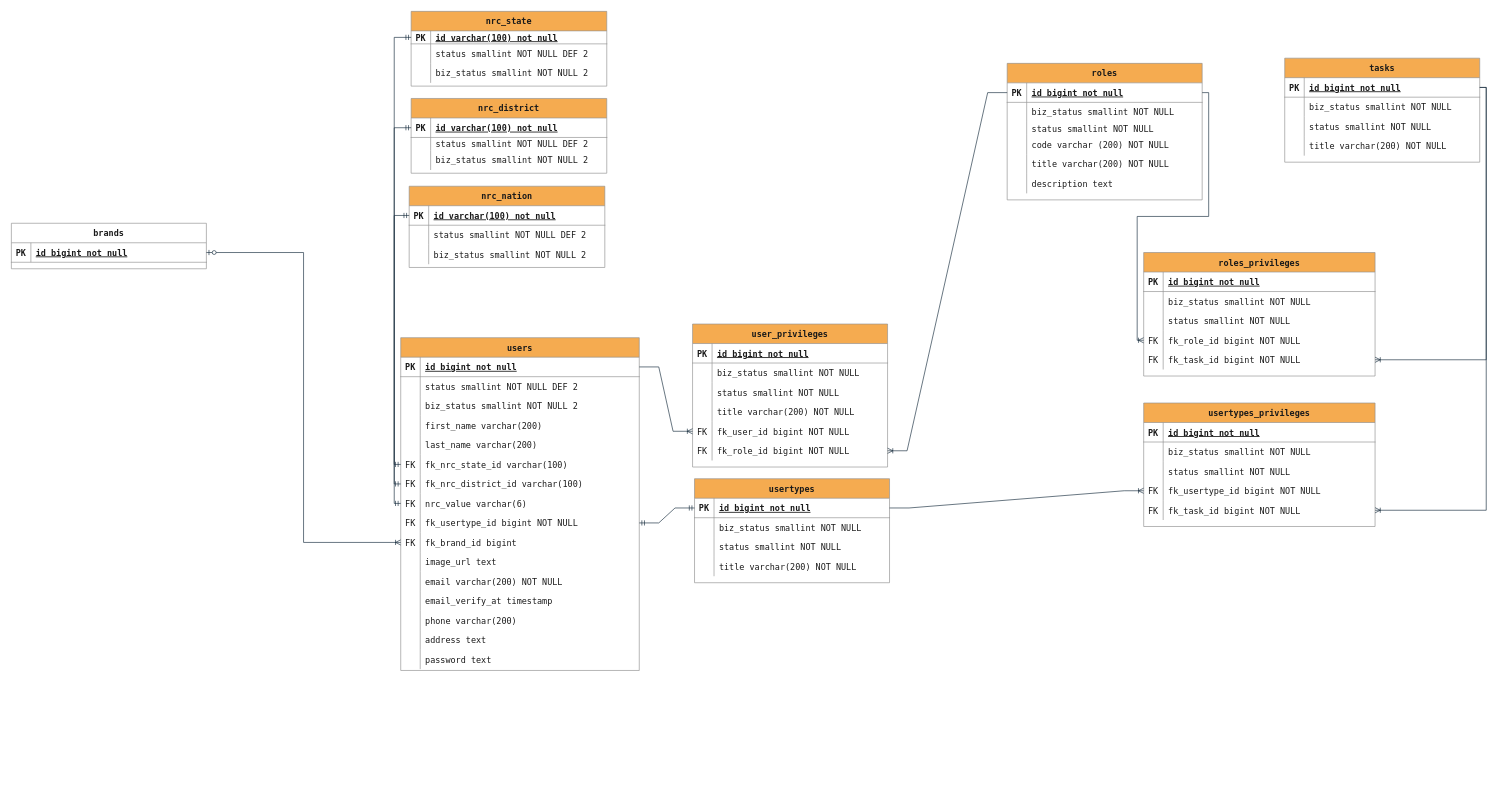
khinemyaezin/coolstuff-ecommerce-v3.0-repository keeps this draw.io diagram as page "User" (3 of 6) of documentation/ERD.drawio. Above is the earlier version. Source tidied: cells renumbered, new cells numbered last; positions are measured from the earlier drawing's top-left corner, leaving out a move shared by most shapes. Both pictures are drawn from the tidied source at 65%, with x=0, y=0 at pixel (11, 11).
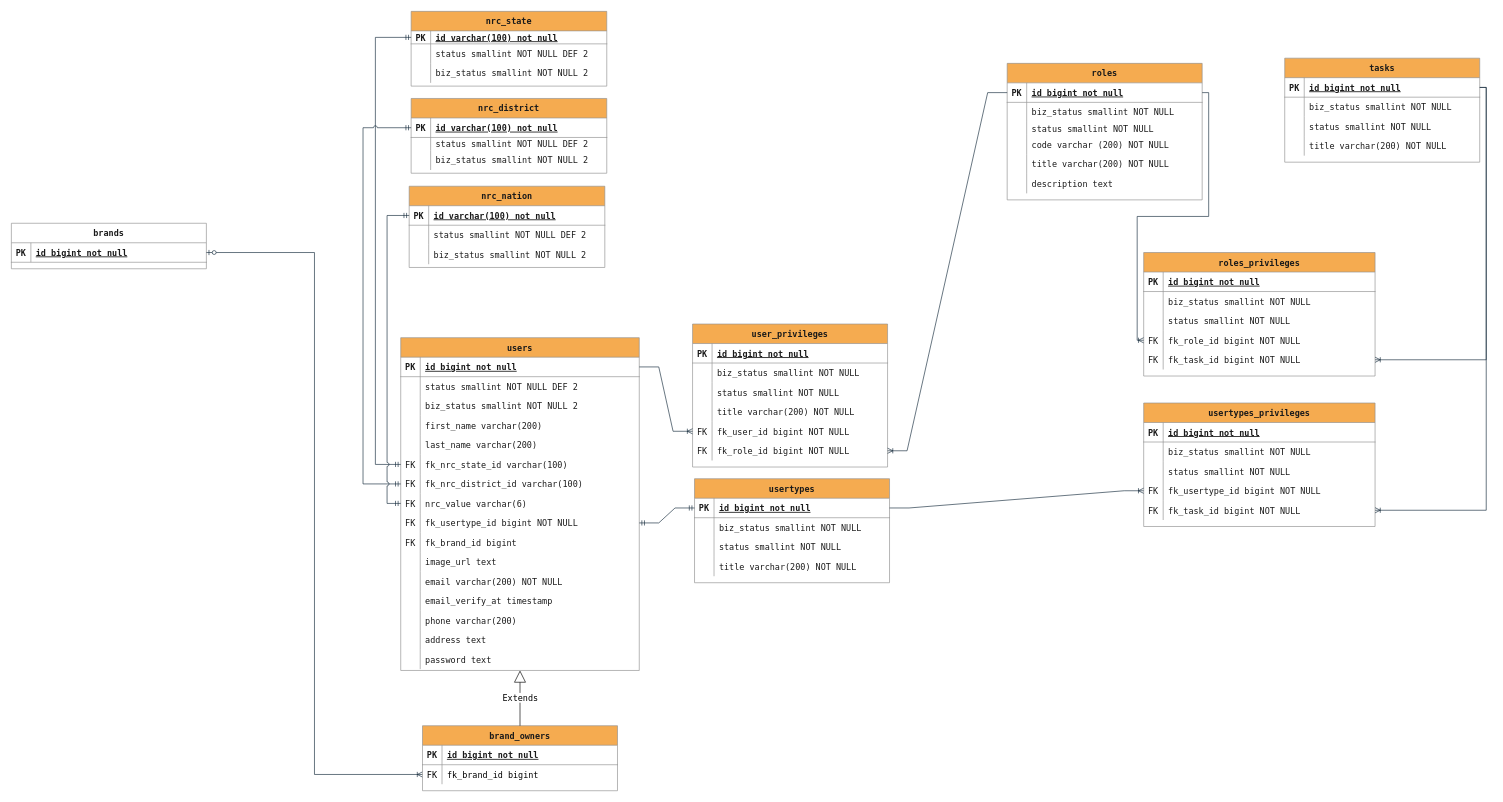
Above is the later version.

The change refers to these unchanged cells:
```xml
<mxCell id="2" value="users" style="shape=table;startSize=30;childLayout=tableLayout;rowLines=0;fontStyle=1;align=center;fontFamily=Lucida Console;fontSize=13;swimlaneLine=1;fillColor=#F5AB50;labelBackgroundColor=none;labelBorderColor=none;rounded=0;strokeColor=#909090;fontColor=#1A1A1A;" parent="1" vertex="1">
  <mxGeometry x="599" y="502" width="367" height="512" as="geometry" />
</mxCell>
<mxCell id="18" style="shape=tableRow;horizontal=0;startSize=0;swimlaneHead=0;swimlaneBody=0;points=[[0,0.5],[1,0.5]];portConstraint=eastwest;top=0;left=0;right=0;bottom=0;fontFamily=Lucida Console;fontSize=13;swimlaneLine=1;fillColor=none;labelBackgroundColor=none;labelBorderColor=none;rounded=0;strokeColor=#909090;fontColor=#1A1A1A;" parent="2" vertex="1">
  <mxGeometry y="180" width="367" height="30" as="geometry" />
</mxCell>
<mxCell id="21" style="shape=tableRow;horizontal=0;startSize=0;swimlaneHead=0;swimlaneBody=0;points=[[0,0.5],[1,0.5]];portConstraint=eastwest;top=0;left=0;right=0;bottom=0;fontFamily=Lucida Console;fontSize=13;swimlaneLine=1;fillColor=none;labelBackgroundColor=none;labelBorderColor=none;rounded=0;strokeColor=#909090;fontColor=#1A1A1A;" parent="2" vertex="1">
  <mxGeometry y="210" width="367" height="30" as="geometry" />
</mxCell>
<mxCell id="24" style="shape=tableRow;horizontal=0;startSize=0;swimlaneHead=0;swimlaneBody=0;points=[[0,0.5],[1,0.5]];portConstraint=eastwest;top=0;left=0;right=0;bottom=0;fontFamily=Lucida Console;fontSize=13;swimlaneLine=1;fillColor=none;labelBackgroundColor=none;labelBorderColor=none;rounded=0;strokeColor=#909090;fontColor=#1A1A1A;" parent="2" vertex="1">
  <mxGeometry y="240" width="367" height="30" as="geometry" />
</mxCell>
<mxCell id="30" style="shape=tableRow;horizontal=0;startSize=0;swimlaneHead=0;swimlaneBody=0;points=[[0,0.5],[1,0.5]];portConstraint=eastwest;top=0;left=0;right=0;bottom=0;fontFamily=Lucida Console;fontSize=13;swimlaneLine=1;fillColor=none;labelBackgroundColor=none;labelBorderColor=none;rounded=0;strokeColor=#909090;fontColor=#1A1A1A;" parent="2" vertex="1">
  <mxGeometry y="300" width="367" height="30" as="geometry" />
</mxCell>
<mxCell id="52" style="shape=partialRectangle;points=[[0,0.5],[1,0.5]];portConstraint=eastwest;top=0;left=0;right=0;bottom=1;fontFamily=Lucida Console;fontSize=13;swimlaneLine=1;fillColor=none;labelBackgroundColor=none;labelBorderColor=none;rounded=0;strokeColor=#909090;fontColor=#1A1A1A;" parent="51" vertex="1">
  <mxGeometry y="30" width="301" height="20" as="geometry" />
</mxCell>
<mxCell id="62" style="shape=partialRectangle;points=[[0,0.5],[1,0.5]];portConstraint=eastwest;top=0;left=0;right=0;bottom=1;fontFamily=Lucida Console;fontSize=13;swimlaneLine=1;fillColor=none;labelBackgroundColor=none;labelBorderColor=none;rounded=0;strokeColor=#909090;fontColor=#1A1A1A;" parent="61" vertex="1">
  <mxGeometry y="30" width="301" height="30" as="geometry" />
</mxCell>
<mxCell id="72" style="shape=partialRectangle;points=[[0,0.5],[1,0.5]];portConstraint=eastwest;top=0;left=0;right=0;bottom=1;fontFamily=Lucida Console;fontSize=13;swimlaneLine=1;fillColor=none;labelBackgroundColor=none;labelBorderColor=none;rounded=0;strokeColor=#909090;fontColor=#1A1A1A;" parent="71" vertex="1">
  <mxGeometry y="30" width="301" height="30" as="geometry" />
</mxCell>
<mxCell id="188" style="shape=partialRectangle;points=[[0,0.5],[1,0.5]];portConstraint=eastwest;top=0;left=0;right=0;bottom=1;fontFamily=Lucida Console;fontSize=13;swimlaneLine=1;fillColor=none;labelBackgroundColor=none;labelBorderColor=none;rounded=0;strokeColor=#909090;fontColor=#1A1A1A;" parent="187" vertex="1">
  <mxGeometry y="30" width="300" height="30" as="geometry" />
</mxCell>
```

Change to the diagram source:
```diff
@@
     <mxCell id="81" style="edgeStyle=orthogonalEdgeStyle;fontSize=13;html=1;endArrow=ERmandOne;startArrow=ERmandOne;fontFamily=Courier New;fontColor=#1A1A1A;jumpStyle=arc;exitX=0;exitY=0.5;exitDx=0;exitDy=0;entryX=0;entryY=0.5;entryDx=0;entryDy=0;labelBackgroundColor=none;swimlaneLine=1;fillColor=none;labelBorderColor=none;rounded=0;strokeColor=#182E3E;" parent="1" edge="1" source="18" target="52">
-      <mxGeometry relative="1" as="geometry" />
+      <mxGeometry relative="1" as="geometry">
+        <Array as="points">
+          <mxPoint x="560" y="697" />
+          <mxPoint x="560" y="40" />
+        </Array>
+      </mxGeometry>
     </mxCell>
     <mxCell id="82" style="edgeStyle=orthogonalEdgeStyle;fontSize=13;html=1;endArrow=ERmandOne;startArrow=ERmandOne;fontFamily=Courier New;fontColor=#1A1A1A;jumpStyle=arc;exitX=0;exitY=0.5;exitDx=0;exitDy=0;entryX=0;entryY=0.5;entryDx=0;entryDy=0;labelBackgroundColor=none;swimlaneLine=1;fillColor=none;labelBorderColor=none;rounded=0;strokeColor=#182E3E;" parent="1" edge="1" source="21" target="62">
-      <mxGeometry relative="1" as="geometry" />
+      <mxGeometry relative="1" as="geometry">
+        <Array as="points">
+          <mxPoint x="541" y="727" />
+          <mxPoint x="541" y="179" />
+        </Array>
+      </mxGeometry>
     </mxCell>
     <mxCell id="83" style="edgeStyle=orthogonalEdgeStyle;fontSize=13;html=1;endArrow=ERmandOne;startArrow=ERmandOne;fontFamily=Courier New;fontColor=#1A1A1A;jumpStyle=arc;entryX=0;entryY=0.5;entryDx=0;entryDy=0;exitX=0;exitY=0.5;exitDx=0;exitDy=0;labelBackgroundColor=none;swimlaneLine=1;fillColor=none;labelBorderColor=none;rounded=0;strokeColor=#182E3E;" parent="1" edge="1" source="24" target="72">
-      <mxGeometry relative="1" as="geometry" />
+      <mxGeometry relative="1" as="geometry">
+        <Array as="points">
+          <mxPoint x="578" y="757" />
+          <mxPoint x="578" y="314" />
+        </Array>
+      </mxGeometry>
     </mxCell>
@@
-    <mxCell id="191" style="edgeStyle=orthogonalEdgeStyle;fontSize=13;html=1;endArrow=ERoneToMany;startArrow=ERzeroToOne;fontFamily=Courier New;fontColor=#1A1A1A;jumpStyle=arc;labelBackgroundColor=none;swimlaneLine=1;fillColor=none;labelBorderColor=none;rounded=0;strokeColor=#182E3E;" parent="1" edge="1" source="188" target="30">
+    <mxCell id="191" style="edgeStyle=orthogonalEdgeStyle;fontSize=13;html=1;endArrow=ERoneToMany;startArrow=ERzeroToOne;fontFamily=Courier New;fontColor=#1A1A1A;jumpStyle=arc;labelBackgroundColor=none;swimlaneLine=1;fillColor=none;labelBorderColor=none;rounded=0;strokeColor=#182E3E;entryX=0;entryY=0.5;entryDx=0;entryDy=0;" parent="1" edge="1" source="188" target="196">
       <mxGeometry relative="1" as="geometry" />
     </mxCell>
+    <mxCell id="192" value="brand_owners" style="shape=table;startSize=30;childLayout=tableLayout;rowLines=0;fontStyle=1;align=center;fontFamily=Lucida Console;fontSize=13;swimlaneLine=1;fillColor=#F5AB50;labelBackgroundColor=none;labelBorderColor=none;rounded=0;strokeColor=#909090;fontColor=#1A1A1A;" parent="1" vertex="1">
+      <mxGeometry x="632.5" y="1099" width="300" height="100" as="geometry" />
+    </mxCell>
+    <mxCell id="193" style="shape=partialRectangle;top=0;left=0;right=0;bottom=1;fontFamily=Lucida Console;fontSize=13;swimlaneLine=1;fillColor=none;labelBackgroundColor=none;labelBorderColor=none;rounded=0;strokeColor=#909090;fontColor=#1A1A1A;" parent="192" vertex="1">
+      <mxGeometry y="30" width="300" height="30" as="geometry" />
+    </mxCell>
+    <mxCell id="194" value="PK" style="shape=partialRectangle;overflow=hidden;top=0;left=0;bottom=0;right=0;fontStyle=1;fontFamily=Lucida Console;fontSize=13;swimlaneLine=1;fillColor=none;labelBackgroundColor=none;labelBorderColor=none;rounded=0;strokeColor=#909090;fontColor=#1A1A1A;" parent="193" vertex="1">
+      <mxGeometry width="30" height="30" as="geometry" />
+    </mxCell>
+    <mxCell id="195" value="id bigint not null" style="shape=partialRectangle;overflow=hidden;top=0;left=0;bottom=0;right=0;align=left;spacingLeft=6;fontStyle=5;fontFamily=Lucida Console;fontSize=13;swimlaneLine=1;fillColor=none;labelBackgroundColor=none;labelBorderColor=none;rounded=0;strokeColor=#909090;fontColor=#1A1A1A;" parent="193" vertex="1">
+      <mxGeometry x="30" width="270" height="30" as="geometry" />
+    </mxCell>
+    <mxCell id="196" style="shape=tableRow;horizontal=0;startSize=0;swimlaneHead=0;swimlaneBody=0;fillColor=none;points=[[0,0.5],[1,0.5]];portConstraint=eastwest;top=0;left=0;right=0;bottom=0;fontFamily=Lucida Console;fontSize=13;" parent="192" vertex="1">
+      <mxGeometry y="60" width="300" height="30" as="geometry" />
+    </mxCell>
+    <mxCell id="197" value="FK" style="shape=partialRectangle;fillColor=none;top=0;left=0;bottom=0;right=0;overflow=hidden;fontFamily=Lucida Console;fontSize=13;" parent="196" vertex="1">
+      <mxGeometry width="30" height="30" as="geometry" />
+    </mxCell>
+    <mxCell id="198" value="fk_brand_id bigint" style="shape=partialRectangle;fillColor=none;top=0;left=0;bottom=0;right=0;align=left;spacingLeft=6;overflow=hidden;fontFamily=Lucida Console;fontSize=13;" parent="196" vertex="1">
+      <mxGeometry x="30" width="270" height="30" as="geometry" />
+    </mxCell>
+    <mxCell id="199" value="Extends" style="endArrow=block;endSize=16;endFill=0;html=1;rounded=0;fontFamily=Lucida Console;fontSize=13;entryX=0.5;entryY=1;entryDx=0;entryDy=0;exitX=0.5;exitY=0;exitDx=0;exitDy=0;" parent="1" edge="1" source="192" target="2">
+      <mxGeometry relative="1" as="geometry" />
+    </mxCell>
```
